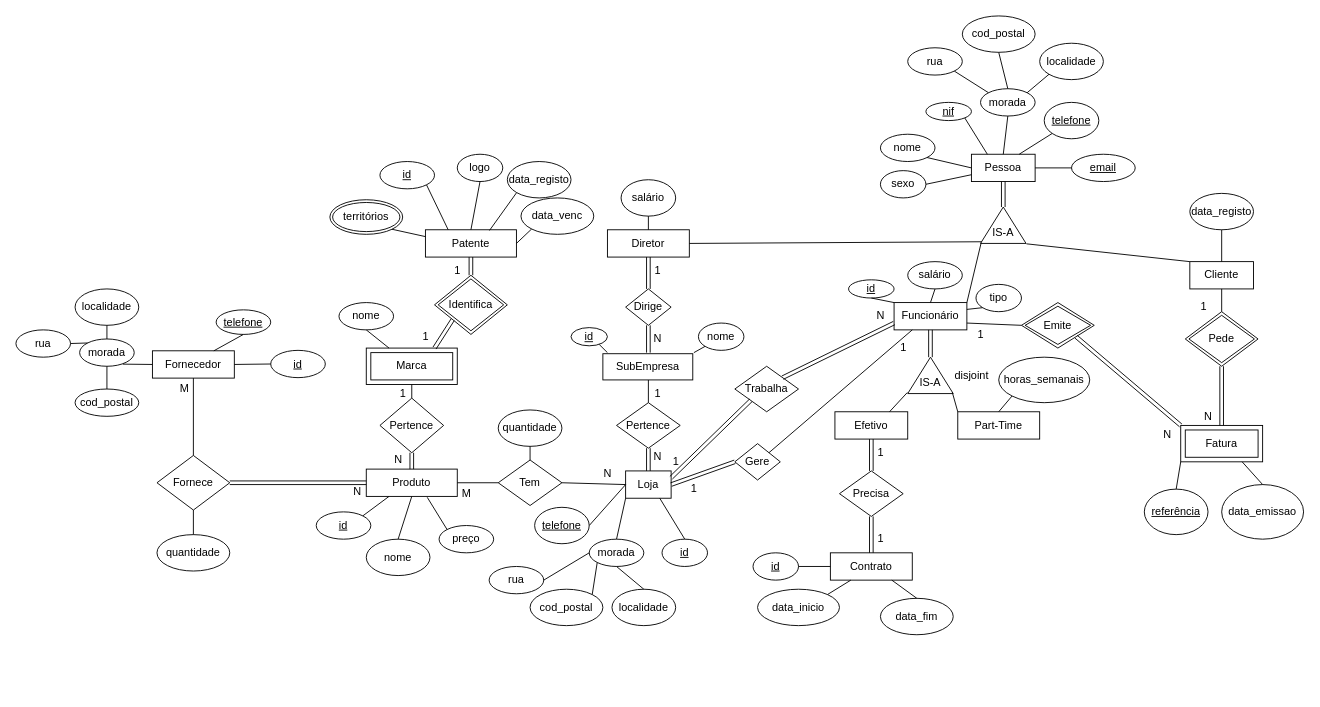
Gui113893/DataBase-Project keeps this draw.io diagram as Projeto/DER.drawio. Above is the earlier version. Source tidied: cells renumbered, new cells numbered last; positions are measured from the earlier drawing's top-left corner, leaving out a move shared by most shapes. Both pictures are drawn from the tidied source at 91%, with x=0, y=0 at pixel (15, 15).
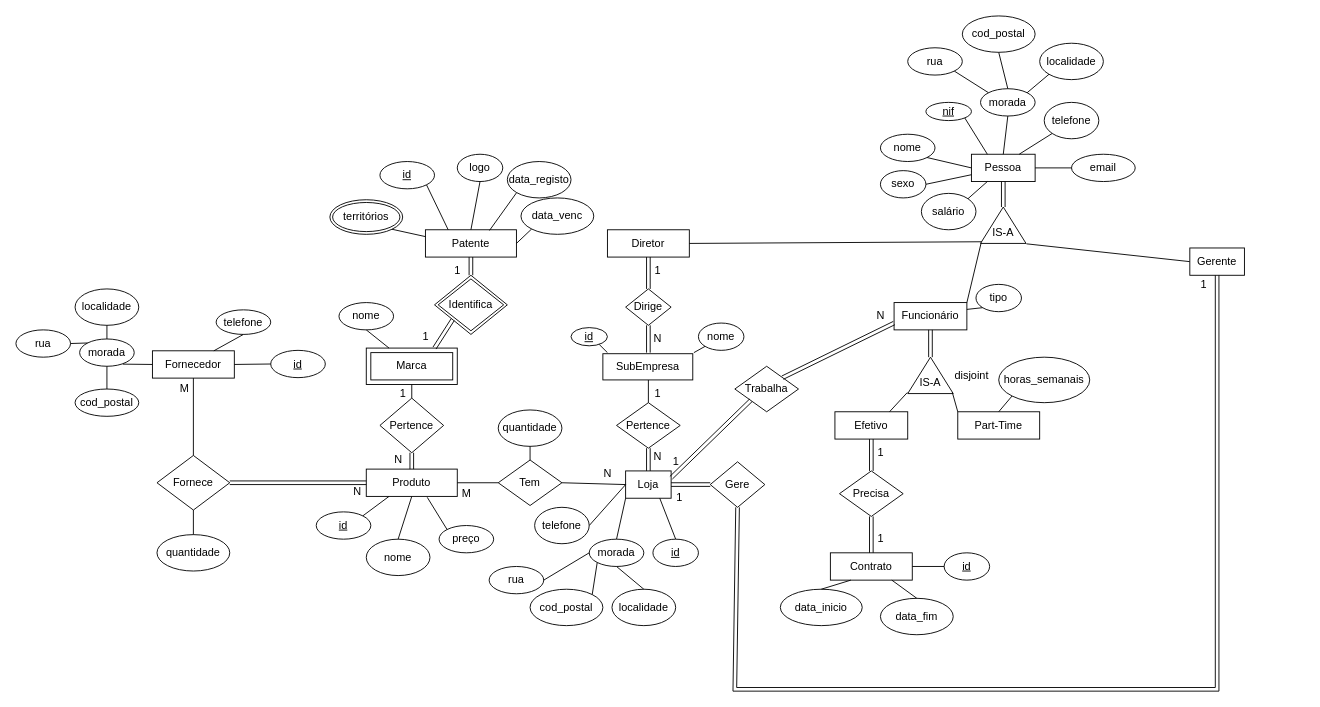
The same diagram, later.

Unchanged cells that the change refers to:
```xml
<mxCell id="2" value="Pessoa" style="rounded=0;whiteSpace=wrap;html=1;" parent="1" vertex="1">
  <mxGeometry x="1050" y="152" width="70" height="30" as="geometry" />
</mxCell>
<mxCell id="4" value="Funcionário" style="whiteSpace=wrap;html=1;" parent="1" vertex="1">
  <mxGeometry x="965" y="315" width="80" height="30" as="geometry" />
</mxCell>
<mxCell id="5" value="&lt;div&gt;&lt;br&gt;&lt;/div&gt;&lt;div&gt;IS-A&lt;/div&gt;" style="triangle;whiteSpace=wrap;html=1;direction=north;" parent="1" vertex="1">
  <mxGeometry x="1060" y="210" width="50" height="40" as="geometry" />
</mxCell>
<mxCell id="34" value="Diretor" style="whiteSpace=wrap;html=1;" parent="1" vertex="1">
  <mxGeometry x="650" y="235" width="90" height="30" as="geometry" />
</mxCell>
<mxCell id="41" value="Loja" style="whiteSpace=wrap;html=1;" parent="1" vertex="1">
  <mxGeometry x="670" y="500" width="50" height="30" as="geometry" />
</mxCell>
<mxCell id="67" value="Contrato" style="whiteSpace=wrap;html=1;" parent="1" vertex="1">
  <mxGeometry x="895" y="590" width="90" height="30" as="geometry" />
</mxCell>
```

The edit, as a diff of the source:
```diff
@@
-    <mxCell id="3" value="Cliente" style="whiteSpace=wrap;html=1;" parent="1" vertex="1">
-      <mxGeometry x="1290" y="270" width="70" height="30" as="geometry" />
-    </mxCell>
@@
-    <mxCell id="8" style="endArrow=none;html=1;rounded=0;entryX=-0.011;entryY=1.009;entryDx=0;entryDy=0;entryPerimeter=0;exitX=0;exitY=0;exitDx=0;exitDy=0;" parent="1" edge="1" source="3" target="5">
-      <mxGeometry relative="1" as="geometry" />
+    <mxCell id="8" style="endArrow=none;html=1;rounded=0;entryX=-0.011;entryY=1.009;entryDx=0;entryDy=0;entryPerimeter=0;exitX=0;exitY=0;exitDx=0;exitDy=0;" parent="1" edge="1" target="5">
+      <mxGeometry relative="1" as="geometry">
+        <mxPoint x="1290" y="270" as="sourcePoint" />
+      </mxGeometry>
     </mxCell>
@@
-    <mxCell id="12" value="&lt;u&gt;telefone&lt;/u&gt;" style="ellipse;whiteSpace=wrap;html=1;" parent="1" vertex="1">
+    <mxCell id="12" value="telefone" style="ellipse;whiteSpace=wrap;html=1;" parent="1" vertex="1">
       <mxGeometry x="1130" y="95" width="60" height="40" as="geometry" />
     </mxCell>
-    <mxCell id="13" value="&lt;u&gt;email&lt;/u&gt;" style="ellipse;whiteSpace=wrap;html=1;" parent="1" vertex="1">
+    <mxCell id="13" value="email" style="ellipse;whiteSpace=wrap;html=1;" parent="1" vertex="1">
       <mxGeometry x="1160" y="152" width="70" height="30" as="geometry" />
     </mxCell>
@@
-    <mxCell id="19" value="&lt;u&gt;id&lt;/u&gt;" style="ellipse;whiteSpace=wrap;html=1;" parent="1" vertex="1">
-      <mxGeometry x="915" y="290" width="50" height="20" as="geometry" />
-    </mxCell>
-    <mxCell id="20" value="salário" style="ellipse;whiteSpace=wrap;html=1;" parent="1" vertex="1">
-      <mxGeometry x="980" y="270" width="60" height="30" as="geometry" />
-    </mxCell>
@@
-    <mxCell id="23" style="endArrow=none;html=1;rounded=0;entryX=0.5;entryY=1;entryDx=0;entryDy=0;exitX=0.5;exitY=0;exitDx=0;exitDy=0;" parent="1" edge="1" source="4" target="20">
-      <mxGeometry relative="1" as="geometry" />
-    </mxCell>
-    <mxCell id="24" style="endArrow=none;html=1;rounded=0;entryX=0.5;entryY=1;entryDx=0;entryDy=0;exitX=0;exitY=0;exitDx=0;exitDy=0;" parent="1" edge="1" source="4" target="19">
-      <mxGeometry relative="1" as="geometry" />
-    </mxCell>
-    <mxCell id="25" value="data_registo" style="ellipse;whiteSpace=wrap;html=1;" parent="1" vertex="1">
-      <mxGeometry x="1290" y="195" width="70" height="40" as="geometry" />
-    </mxCell>
-    <mxCell id="26" style="endArrow=none;html=1;rounded=0;exitX=0.5;exitY=0;exitDx=0;exitDy=0;entryX=0.5;entryY=1;entryDx=0;entryDy=0;" parent="1" edge="1" source="3" target="25">
-      <mxGeometry relative="1" as="geometry" />
-    </mxCell>
@@
-    <mxCell id="53" value="&lt;u&gt;telefone&lt;/u&gt;" style="ellipse;whiteSpace=wrap;html=1;" parent="1" vertex="1">
+    <mxCell id="53" value="telefone" style="ellipse;whiteSpace=wrap;html=1;" parent="1" vertex="1">
       <mxGeometry x="570" y="540" width="60" height="40" as="geometry" />
     </mxCell>
     <mxCell id="54" value="&lt;u&gt;id&lt;/u&gt;" style="ellipse;whiteSpace=wrap;html=1;" parent="1" vertex="1">
-      <mxGeometry x="710" y="575" width="50" height="30" as="geometry" />
+      <mxGeometry x="700" y="575" width="50" height="30" as="geometry" />
     </mxCell>
@@
-    <mxCell id="58" value="Gere" style="rhombus;whiteSpace=wrap;html=1;" parent="1" vertex="1">
-      <mxGeometry x="790" y="470" width="50" height="40" as="geometry" />
-    </mxCell>
-    <mxCell id="59" style="endArrow=none;html=1;rounded=0;entryX=0.25;entryY=1;entryDx=0;entryDy=0;exitX=1;exitY=0;exitDx=0;exitDy=0;" parent="1" edge="1" source="58" target="4">
-      <mxGeometry relative="1" as="geometry" />
-    </mxCell>
-    <mxCell id="60" value="1" style="text;html=1;align=center;verticalAlign=middle;strokeColor=none;fillColor=none;" parent="1" vertex="1">
-      <mxGeometry x="960" y="350" width="30" height="30" as="geometry" />
-    </mxCell>
-    <mxCell id="61" value="1" style="text;html=1;align=center;verticalAlign=middle;strokeColor=none;fillColor=none;" parent="1" vertex="1">
-      <mxGeometry x="730" y="505" width="30" height="30" as="geometry" />
-    </mxCell>
@@
     <mxCell id="68" value="&lt;u&gt;id&lt;/u&gt;" style="ellipse;whiteSpace=wrap;html=1;" parent="1" vertex="1">
-      <mxGeometry x="810" y="590" width="50" height="30" as="geometry" />
+      <mxGeometry x="1020" y="590" width="50" height="30" as="geometry" />
     </mxCell>
     <mxCell id="69" value="data_inicio" style="ellipse;whiteSpace=wrap;html=1;" parent="1" vertex="1">
-      <mxGeometry x="815" y="630" width="90" height="40" as="geometry" />
+      <mxGeometry x="840" y="630" width="90" height="40" as="geometry" />
     </mxCell>
@@
-    <mxCell id="72" style="endArrow=none;html=1;rounded=0;entryX=0.25;entryY=1;entryDx=0;entryDy=0;exitX=1;exitY=0;exitDx=0;exitDy=0;" parent="1" edge="1" source="69" target="67">
+    <mxCell id="72" style="endArrow=none;html=1;rounded=0;entryX=0.25;entryY=1;entryDx=0;entryDy=0;exitX=0.5;exitY=0;exitDx=0;exitDy=0;" parent="1" edge="1" source="69" target="67">
       <mxGeometry relative="1" as="geometry" />
     </mxCell>
-    <mxCell id="73" style="endArrow=none;html=1;rounded=0;exitX=1;exitY=0.5;exitDx=0;exitDy=0;entryX=0;entryY=0.5;entryDx=0;entryDy=0;" parent="1" edge="1" source="68" target="67">
+    <mxCell id="73" style="endArrow=none;html=1;rounded=0;exitX=0;exitY=0.5;exitDx=0;exitDy=0;entryX=1;entryY=0.5;entryDx=0;entryDy=0;" parent="1" edge="1" source="68" target="67">
       <mxGeometry relative="1" as="geometry" />
     </mxCell>
@@
-    <mxCell id="78" value="salário" style="ellipse;whiteSpace=wrap;html=1;" parent="1" vertex="1">
-      <mxGeometry x="665" y="180" width="60" height="40" as="geometry" />
-    </mxCell>
-    <mxCell id="79" style="endArrow=none;html=1;rounded=0;entryX=0.5;entryY=1;entryDx=0;entryDy=0;exitX=0.5;exitY=0;exitDx=0;exitDy=0;" parent="1" edge="1" source="34" target="78">
-      <mxGeometry relative="1" as="geometry" />
-    </mxCell>
-    <mxCell id="80" style="shape=link;html=1;rounded=0;entryX=0;entryY=0.5;entryDx=0;entryDy=0;exitX=1;exitY=0.5;exitDx=0;exitDy=0;" parent="1" edge="1" source="41" target="58">
-      <mxGeometry relative="1" as="geometry" />
-    </mxCell>
-    <mxCell id="81" value="Emite" style="shape=rhombus;double=1;perimeter=rhombusPerimeter;whiteSpace=wrap;html=1;align=center;" parent="1" vertex="1">
-      <mxGeometry x="1105" y="315" width="80" height="50" as="geometry" />
-    </mxCell>
-    <mxCell id="82" style="endArrow=none;html=1;rounded=0;entryX=0;entryY=0.5;entryDx=0;entryDy=0;exitX=1;exitY=0.75;exitDx=0;exitDy=0;" parent="1" edge="1" source="4" target="81">
-      <mxGeometry relative="1" as="geometry" />
-    </mxCell>
-    <mxCell id="83" value="Fatura" style="shape=ext;margin=3;double=1;whiteSpace=wrap;html=1;align=center;" parent="1" vertex="1">
-      <mxGeometry x="1280" y="450" width="90" height="40" as="geometry" />
-    </mxCell>
-    <mxCell id="84" style="shape=link;html=1;rounded=0;entryX=0;entryY=0;entryDx=0;entryDy=0;exitX=1;exitY=1;exitDx=0;exitDy=0;" parent="1" edge="1" source="81" target="83">
-      <mxGeometry relative="1" as="geometry" />
-    </mxCell>
-    <mxCell id="85" style="endArrow=none;html=1;rounded=0;entryX=0.5;entryY=1;entryDx=0;entryDy=0;exitX=0.5;exitY=0;exitDx=0;exitDy=0;" parent="1" edge="1" target="3">
-      <mxGeometry relative="1" as="geometry">
-        <mxPoint x="1325" y="325" as="sourcePoint" />
-      </mxGeometry>
-    </mxCell>
-    <mxCell id="86" style="shape=link;html=1;rounded=0;entryX=0.5;entryY=1;entryDx=0;entryDy=0;exitX=0.5;exitY=0;exitDx=0;exitDy=0;" parent="1" edge="1" source="83">
-      <mxGeometry relative="1" as="geometry">
-        <mxPoint x="1325" y="385" as="targetPoint" />
-      </mxGeometry>
-    </mxCell>
-    <mxCell id="87" value="1" style="text;html=1;align=center;verticalAlign=middle;strokeColor=none;fillColor=none;" parent="1" vertex="1">
-      <mxGeometry x="1045" y="335" width="30" height="30" as="geometry" />
-    </mxCell>
-    <mxCell id="88" value="N" style="text;html=1;align=center;verticalAlign=middle;strokeColor=none;fillColor=none;" parent="1" vertex="1">
-      <mxGeometry x="1250" y="445" width="30" height="30" as="geometry" />
-    </mxCell>
-    <mxCell id="89" value="N" style="text;html=1;align=center;verticalAlign=middle;strokeColor=none;fillColor=none;" parent="1" vertex="1">
-      <mxGeometry x="1295" y="425" width="30" height="30" as="geometry" />
-    </mxCell>
-    <mxCell id="90" value="1" style="text;html=1;align=center;verticalAlign=middle;strokeColor=none;fillColor=none;" parent="1" vertex="1">
-      <mxGeometry x="1290" y="305" width="30" height="30" as="geometry" />
-    </mxCell>
-    <mxCell id="91" value="&lt;u&gt;referência&lt;/u&gt;" style="ellipse;whiteSpace=wrap;html=1;" parent="1" vertex="1">
-      <mxGeometry x="1240" y="520" width="70" height="50" as="geometry" />
-    </mxCell>
-    <mxCell id="92" style="endArrow=none;html=1;rounded=0;entryX=0;entryY=1;entryDx=0;entryDy=0;exitX=0.5;exitY=0;exitDx=0;exitDy=0;" parent="1" edge="1" source="91" target="83">
-      <mxGeometry relative="1" as="geometry" />
-    </mxCell>
-    <mxCell id="93" value="data_emissao" style="ellipse;whiteSpace=wrap;html=1;" parent="1" vertex="1">
-      <mxGeometry x="1325" y="515" width="90" height="60" as="geometry" />
-    </mxCell>
-    <mxCell id="94" style="endArrow=none;html=1;rounded=0;entryX=0.5;entryY=0;entryDx=0;entryDy=0;exitX=0.75;exitY=1;exitDx=0;exitDy=0;" parent="1" edge="1" source="83" target="93">
-      <mxGeometry relative="1" as="geometry" />
-    </mxCell>
@@
-    <mxCell id="146" value="Pede" style="shape=rhombus;double=1;perimeter=rhombusPerimeter;whiteSpace=wrap;html=1;align=center;" parent="1" vertex="1">
-      <mxGeometry x="1285" y="325" width="80" height="60" as="geometry" />
-    </mxCell>
@@
-    <mxCell id="148" value="&lt;u&gt;telefone&lt;/u&gt;" style="ellipse;whiteSpace=wrap;html=1;" parent="1" vertex="1">
+    <mxCell id="148" value="telefone" style="ellipse;whiteSpace=wrap;html=1;" parent="1" vertex="1">
       <mxGeometry x="220" y="323" width="60" height="27" as="geometry" />
     </mxCell>
@@
+    <mxCell id="172" value="Gerente" style="whiteSpace=wrap;html=1;" parent="1" vertex="1">
+      <mxGeometry x="1290" y="255" width="60" height="30" as="geometry" />
+    </mxCell>
+    <mxCell id="173" value="salário" style="ellipse;whiteSpace=wrap;html=1;" parent="1" vertex="1">
+      <mxGeometry x="995" y="195" width="60" height="40" as="geometry" />
+    </mxCell>
+    <mxCell id="174" style="endArrow=none;html=1;rounded=0;entryX=0.25;entryY=1;entryDx=0;entryDy=0;exitX=1;exitY=0;exitDx=0;exitDy=0;" parent="1" edge="1" source="173" target="2">
+      <mxGeometry relative="1" as="geometry" />
+    </mxCell>
+    <mxCell id="58" value="Gere" style="rhombus;whiteSpace=wrap;html=1;" parent="1" vertex="1">
+      <mxGeometry x="763" y="490" width="60" height="50" as="geometry" />
+    </mxCell>
+    <mxCell id="175" style="shape=link;html=1;rounded=0;entryX=1;entryY=0.5;entryDx=0;entryDy=0;exitX=0;exitY=0.5;exitDx=0;exitDy=0;" parent="1" edge="1" source="58" target="41">
+      <mxGeometry relative="1" as="geometry" />
+    </mxCell>
+    <mxCell id="176" value="1" style="text;html=1;align=center;verticalAlign=middle;strokeColor=none;fillColor=none;" parent="1" vertex="1">
+      <mxGeometry x="713.8" y="515" width="30" height="30" as="geometry" />
+    </mxCell>
+    <mxCell id="177" style="shape=link;html=1;rounded=0;entryX=0.5;entryY=1;entryDx=0;entryDy=0;exitX=0.5;exitY=1;exitDx=0;exitDy=0;" parent="1" edge="1" source="172" target="58">
+      <mxGeometry relative="1" as="geometry">
+        <Array as="points">
+          <mxPoint x="1320" y="740" />
+          <mxPoint x="790" y="740" />
+        </Array>
+      </mxGeometry>
+    </mxCell>
+    <mxCell id="178" value="1" style="text;html=1;align=center;verticalAlign=middle;strokeColor=none;fillColor=none;" parent="1" vertex="1">
+      <mxGeometry x="1290" y="280" width="30" height="30" as="geometry" />
+    </mxCell>
```
